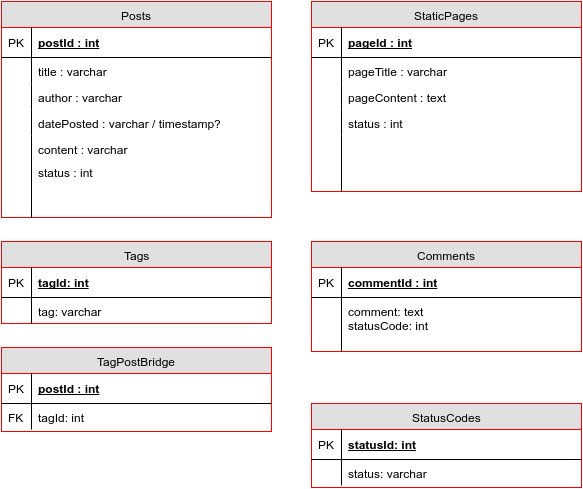
Above: Diagrams/tables.png in zach1887/ClassProjects (draw.io), before the change. Source tidied: cells renumbered, new cells last; positions are measured from the earlier drawing's top-left corner, leaving out a move shared by most shapes.
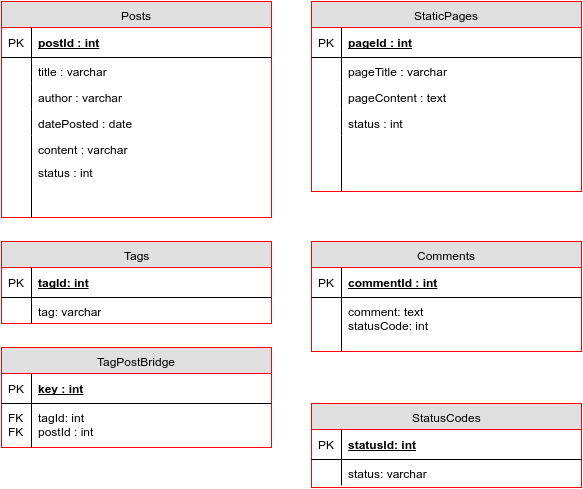
Later version of the same file.

Commit message:
updated table diagram

What changed in the source:
```diff
@@ -23,7 +23,7 @@
     <mxCell id="8" style="shape=partialRectangle;top=0;left=0;bottom=0;html=1;fillColor=none;align=left;verticalAlign=top;spacingLeft=4;spacingRight=4;whiteSpace=wrap;overflow=hidden;" parent="7" vertex="1">
       <mxGeometry width="30" height="26" as="geometry" />
     </mxCell>
-    <mxCell id="9" value="datePosted : varchar / timestamp?" style="shape=partialRectangle;top=0;left=0;right=0;bottom=0;html=1;align=left;verticalAlign=top;fillColor=none;spacingLeft=34;spacingRight=4;whiteSpace=wrap;overflow=hidden;" parent="2" vertex="1">
+    <mxCell id="9" value="datePosted : date" style="shape=partialRectangle;top=0;left=0;right=0;bottom=0;html=1;align=left;verticalAlign=top;fillColor=none;spacingLeft=34;spacingRight=4;whiteSpace=wrap;overflow=hidden;" parent="2" vertex="1">
       <mxGeometry y="108" width="270" height="26" as="geometry" />
     </mxCell>
     <mxCell id="10" style="shape=partialRectangle;top=0;left=0;bottom=0;html=1;fillColor=none;align=left;verticalAlign=top;spacingLeft=4;spacingRight=4;whiteSpace=wrap;overflow=hidden;" parent="9" vertex="1">
@@ -111,19 +111,19 @@
       <mxGeometry width="30" height="54" as="geometry" />
     </mxCell>
     <mxCell id="38" value="TagPostBridge" style="swimlane;html=1;fontStyle=0;horizontal=1;startSize=26;fillColor=#e0e0e0;swimlaneFillColor=#ffffff;align=center;strokeColor=#FF0000;" parent="1" vertex="1">
-      <mxGeometry y="346" width="270" height="84" as="geometry" />
+      <mxGeometry y="346" width="270" height="100" as="geometry" />
     </mxCell>
-    <mxCell id="39" value="postId : int" style="shape=partialRectangle;top=0;left=0;right=0;bottom=1;html=1;align=left;verticalAlign=middle;fillColor=none;spacingLeft=34;spacingRight=4;whiteSpace=wrap;overflow=hidden;fontStyle=5;" parent="38" vertex="1">
+    <mxCell id="39" value="key : int" style="shape=partialRectangle;top=0;left=0;right=0;bottom=1;html=1;align=left;verticalAlign=middle;fillColor=none;spacingLeft=34;spacingRight=4;whiteSpace=wrap;overflow=hidden;fontStyle=5;" parent="38" vertex="1">
       <mxGeometry y="26" width="270" height="30" as="geometry" />
     </mxCell>
     <mxCell id="40" value="PK" style="shape=partialRectangle;top=0;left=0;bottom=0;html=1;fillColor=none;align=left;verticalAlign=middle;spacingLeft=4;spacingRight=4;whiteSpace=wrap;overflow=hidden;" parent="39" vertex="1">
       <mxGeometry width="30" height="30" as="geometry" />
     </mxCell>
-    <mxCell id="41" value="tagId: int" style="shape=partialRectangle;top=0;left=0;right=0;bottom=0;html=1;align=left;verticalAlign=top;fillColor=none;spacingLeft=34;spacingRight=4;whiteSpace=wrap;overflow=hidden;" parent="38" vertex="1">
-      <mxGeometry y="56" width="270" height="26" as="geometry" />
+    <mxCell id="41" value="tagId: int&lt;div&gt;&lt;span&gt;postId : int&lt;/span&gt;&lt;br&gt;&lt;/div&gt;" style="shape=partialRectangle;top=0;left=0;right=0;bottom=0;html=1;align=left;verticalAlign=top;fillColor=none;spacingLeft=34;spacingRight=4;whiteSpace=wrap;overflow=hidden;" parent="38" vertex="1">
+      <mxGeometry y="56" width="270" height="44" as="geometry" />
     </mxCell>
-    <mxCell id="42" value="FK" style="shape=partialRectangle;top=0;left=0;bottom=0;html=1;fillColor=none;align=left;verticalAlign=top;spacingLeft=4;spacingRight=4;whiteSpace=wrap;overflow=hidden;" parent="41" vertex="1">
-      <mxGeometry width="30" height="26" as="geometry" />
+    <mxCell id="42" value="FK&lt;div&gt;FK&lt;/div&gt;" style="shape=partialRectangle;top=0;left=0;bottom=0;html=1;fillColor=none;align=left;verticalAlign=top;spacingLeft=4;spacingRight=4;whiteSpace=wrap;overflow=hidden;" parent="41" vertex="1">
+      <mxGeometry width="30" height="44" as="geometry" />
     </mxCell>
     <mxCell id="43" value="StatusCodes" style="swimlane;html=1;fontStyle=0;horizontal=1;startSize=26;fillColor=#e0e0e0;swimlaneFillColor=#ffffff;align=center;strokeColor=#FF0000;" parent="1" vertex="1">
       <mxGeometry x="310" y="402" width="270" height="84" as="geometry" />
```
